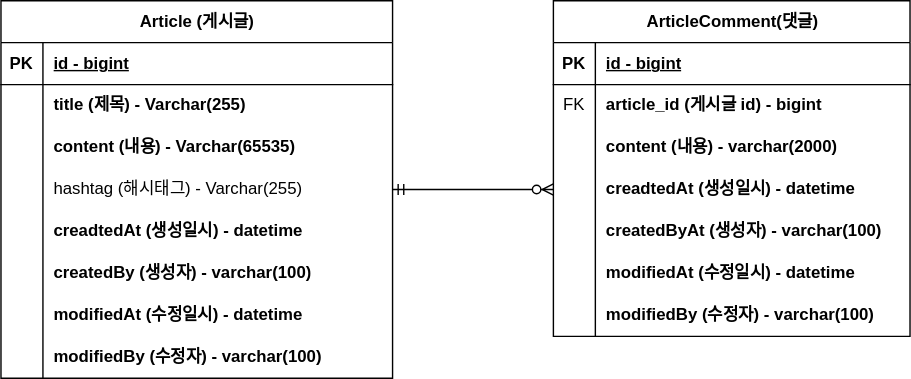
The draw.io diagram document/project-board-erd.svg in Lee-Gunju/fastcampus-project-board, before a commit. Source tidied: cells renumbered, new cells last; positions are measured from the earlier drawing's top-left corner, leaving out a move shared by most shapes.
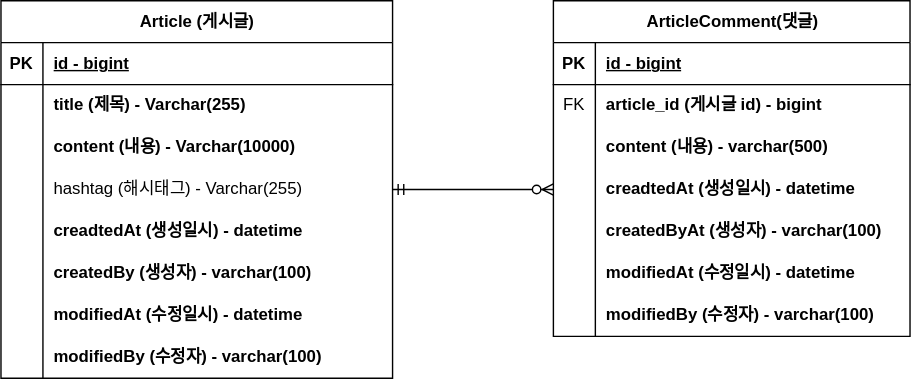
Above is the later version.

Commit message:
#11 - erd 업데이트 : content

Change to the diagram source:
```diff
@@ -2,16 +2,6 @@
   <root>
     <mxCell id="0" />
     <mxCell id="1" parent="0" />
-    <mxCell id="2" style="edgeStyle=entityRelationEdgeStyle;endArrow=ERzeroToMany;startArrow=ERone;endFill=1;startFill=0;" parent="1" edge="1" target="x">
-      <mxGeometry relative="1" as="geometry">
-        <mxPoint x="340" y="75" as="sourcePoint" />
-      </mxGeometry>
-    </mxCell>
-    <mxCell id="3" style="edgeStyle=entityRelationEdgeStyle;endArrow=ERzeroToMany;startArrow=ERone;endFill=1;startFill=0;" parent="1" edge="1" target="x">
-      <mxGeometry relative="1" as="geometry">
-        <mxPoint x="670" y="75" as="sourcePoint" />
-      </mxGeometry>
-    </mxCell>
     <mxCell id="4" value="Article (게시글)" style="shape=table;startSize=30;rowLines=0;fontStyle=1;align=center;html=1;" parent="1" vertex="1">
       <mxGeometry width="280" height="270" as="geometry" />
     </mxCell>
@@ -39,7 +29,7 @@
     <mxCell id="12" style="shape=partialRectangle;fillColor=none;top=0;left=0;bottom=0;right=0;overflow=hidden;whiteSpace=wrap;html=1;" parent="11" vertex="1">
       <mxGeometry width="30" height="30" as="geometry" />
     </mxCell>
-    <mxCell id="13" value="content (내용) - Varchar(65535)" style="shape=partialRectangle;fillColor=none;top=0;left=0;bottom=0;right=0;align=left;spacingLeft=6;overflow=hidden;whiteSpace=wrap;html=1;fontStyle=1;" parent="11" vertex="1">
+    <mxCell id="13" value="content (내용) - Varchar(10000)" style="shape=partialRectangle;fillColor=none;top=0;left=0;bottom=0;right=0;align=left;spacingLeft=6;overflow=hidden;whiteSpace=wrap;html=1;fontStyle=1;" parent="11" vertex="1">
       <mxGeometry x="30" width="250" height="30" as="geometry" />
     </mxCell>
     <mxCell id="14" style="shape=tableRow;horizontal=0;startSize=0;swimlaneHead=0;swimlaneBody=0;fillColor=none;points=[[0,0.5],[1,0.5]];portConstraint=eastwest;top=0;left=0;right=0;bottom=0;" parent="4" vertex="1">
@@ -114,7 +104,7 @@
     <mxCell id="37" style="shape=partialRectangle;fillColor=none;top=0;left=0;bottom=0;right=0;overflow=hidden;whiteSpace=wrap;html=1;" parent="36" vertex="1">
       <mxGeometry width="30" height="30" as="geometry" />
     </mxCell>
-    <mxCell id="38" value="content (내용) - varchar(2000)" style="shape=partialRectangle;fillColor=none;top=0;left=0;bottom=0;right=0;align=left;spacingLeft=6;overflow=hidden;whiteSpace=wrap;html=1;fontStyle=1;" parent="36" vertex="1">
+    <mxCell id="38" value="content (내용) - varchar(500)" style="shape=partialRectangle;fillColor=none;top=0;left=0;bottom=0;right=0;align=left;spacingLeft=6;overflow=hidden;whiteSpace=wrap;html=1;fontStyle=1;" parent="36" vertex="1">
       <mxGeometry x="30" width="225" height="30" as="geometry" />
     </mxCell>
     <mxCell id="39" style="shape=tableRow;horizontal=0;startSize=0;swimlaneHead=0;swimlaneBody=0;fillColor=none;points=[[0,0.5],[1,0.5]];portConstraint=eastwest;top=0;left=0;right=0;bottom=0;" parent="29" vertex="1">
```
